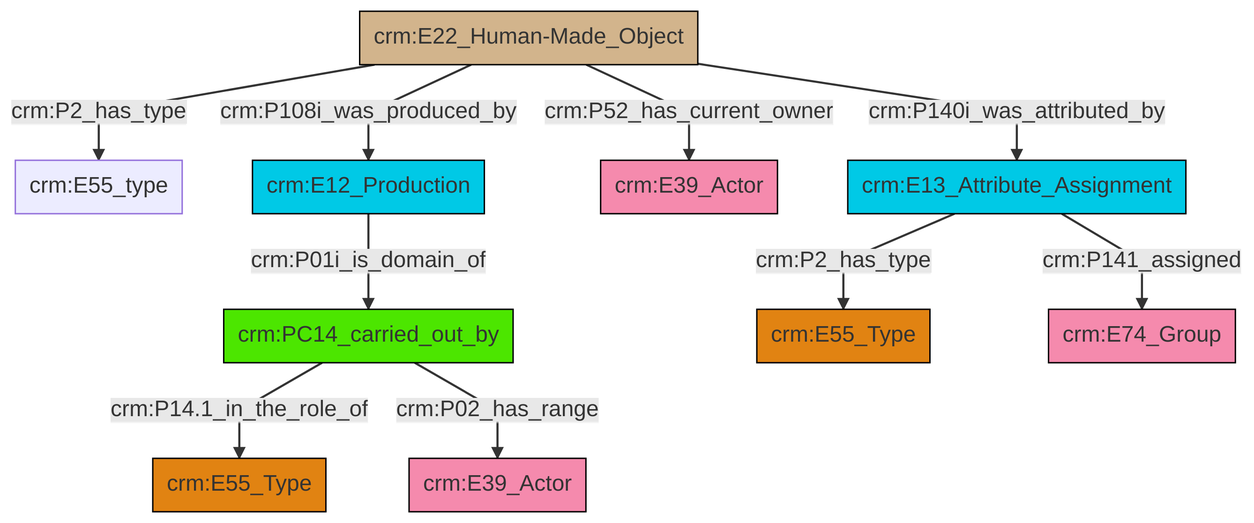
This is et/builtWorkCSV/ttl/mmd/png/Built_Work_actor_relations.png from swiss-art-research-net/docs.swissartresearch, a Mermaid export, as it was before one commit. Its source is kept beside it as et/builtWorkCSV/ttl/mmd/Built_Work_actor_relations.ttl.mmd.
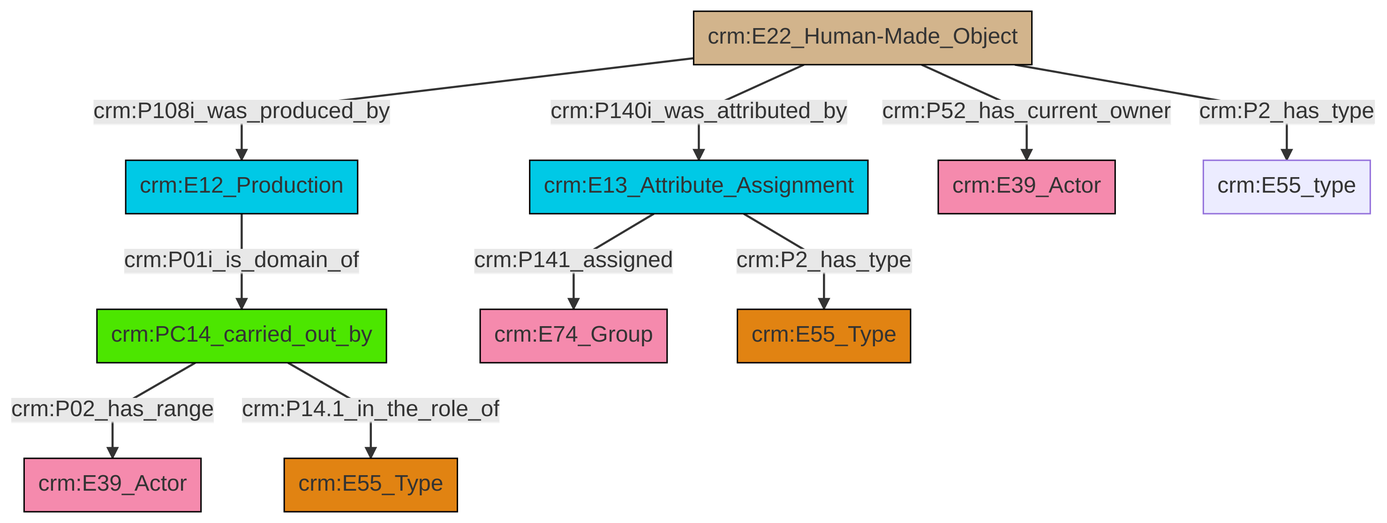
Above is the later version.

The edit, as a diff of the source:
```diff
@@ -13,12 +13,12 @@
 classDef PC_Classes fill:#4ce600, stroke:#000000;
 classDef Multi fill:#cccccc,stroke:#000000;
 
-2["crm:PC14_carried_out_by"]:::PC_Classes -->|crm:P14.1_in_the_role_of| 3["crm:E55_Type"]:::Type
-2["crm:PC14_carried_out_by"]:::PC_Classes -->|crm:P02_has_range| 8["crm:E39_Actor"]:::Actor
-6["crm:E13_Attribute_Assignment"]:::Temporal_Entity -->|crm:P2_has_type| 4["crm:E55_Type"]:::Type
-9["crm:E22_Human-Made_Object"]:::Physical_Thing -->|crm:P52_has_current_owner| 11["crm:E39_Actor"]:::Actor
-9["crm:E22_Human-Made_Object"]:::Physical_Thing -->|crm:P140i_was_attributed_by| 6["crm:E13_Attribute_Assignment"]:::Temporal_Entity
-19["crm:E12_Production"]:::Temporal_Entity -->|crm:P01i_is_domain_of| 2["crm:PC14_carried_out_by"]:::PC_Classes
-6["crm:E13_Attribute_Assignment"]:::Temporal_Entity -->|crm:P141_assigned| 14["crm:E74_Group"]:::Actor
-9["crm:E22_Human-Made_Object"]:::Physical_Thing -->|crm:P2_has_type| 0["crm:E55_type"]:::Default
-9["crm:E22_Human-Made_Object"]:::Physical_Thing -->|crm:P108i_was_produced_by| 19["crm:E12_Production"]:::Temporal_Entity
+2["crm:E12_Production"]:::Temporal_Entity -->|crm:P01i_is_domain_of| 3["crm:PC14_carried_out_by"]:::PC_Classes
+4["crm:E22_Human-Made_Object"]:::Physical_Thing -->|crm:P140i_was_attributed_by| 5["crm:E13_Attribute_Assignment"]:::Temporal_Entity
+3["crm:PC14_carried_out_by"]:::PC_Classes -->|crm:P02_has_range| 6["crm:E39_Actor"]:::Actor
+4["crm:E22_Human-Made_Object"]:::Physical_Thing -->|crm:P108i_was_produced_by| 2["crm:E12_Production"]:::Temporal_Entity
+4["crm:E22_Human-Made_Object"]:::Physical_Thing -->|crm:P2_has_type| 11["crm:E55_type"]:::Default
+4["crm:E22_Human-Made_Object"]:::Physical_Thing -->|crm:P52_has_current_owner| 9["crm:E39_Actor"]:::Actor
+5["crm:E13_Attribute_Assignment"]:::Temporal_Entity -->|crm:P141_assigned| 13["crm:E74_Group"]:::Actor
+5["crm:E13_Attribute_Assignment"]:::Temporal_Entity -->|crm:P2_has_type| 14["crm:E55_Type"]:::Type
+3["crm:PC14_carried_out_by"]:::PC_Classes -->|crm:P14.1_in_the_role_of| 0["crm:E55_Type"]:::Type
```
